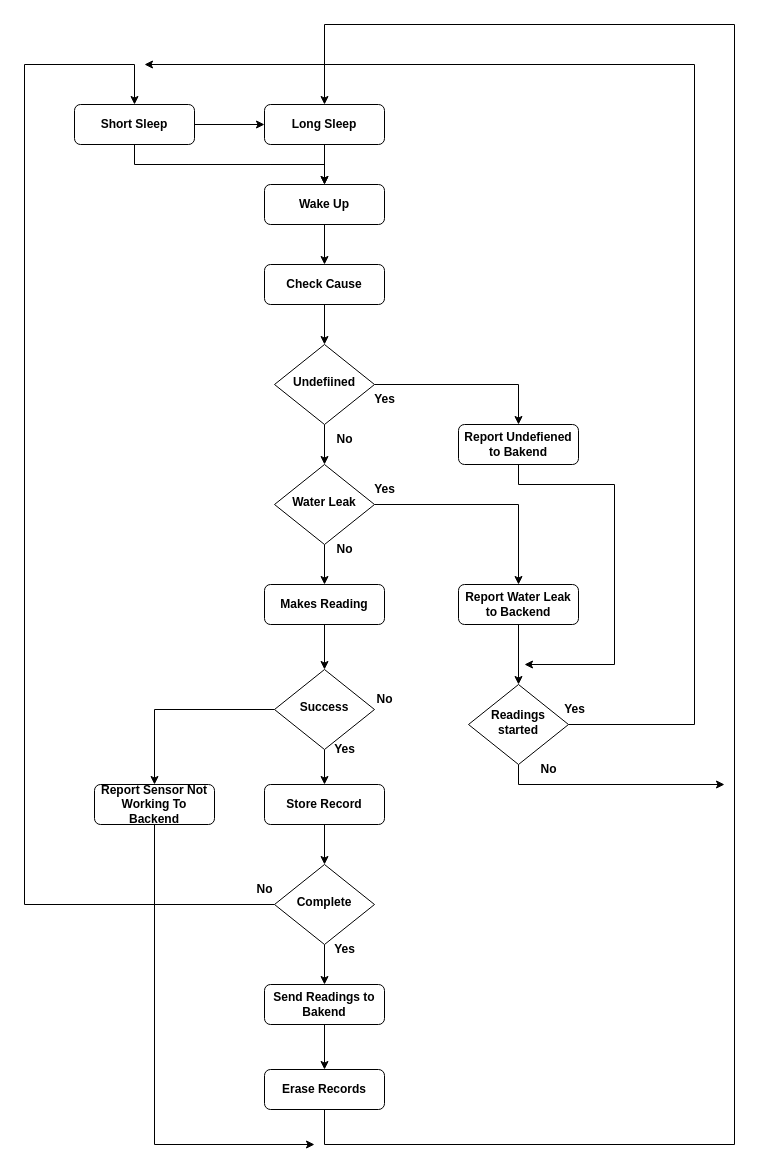
The draw.io diagram Diagrams/MCU Flux Diagram.drawio in MiguelRocha2001/PS-Monitor-IoT-System, before the edit. Source tidied: cells renumbered, new cells numbered last; positions are measured from the earlier drawing's top-left corner, leaving out a move shared by most shapes. Both pictures are drawn from the tidied source at 100%, with x=0, y=0 at pixel (24, 24).
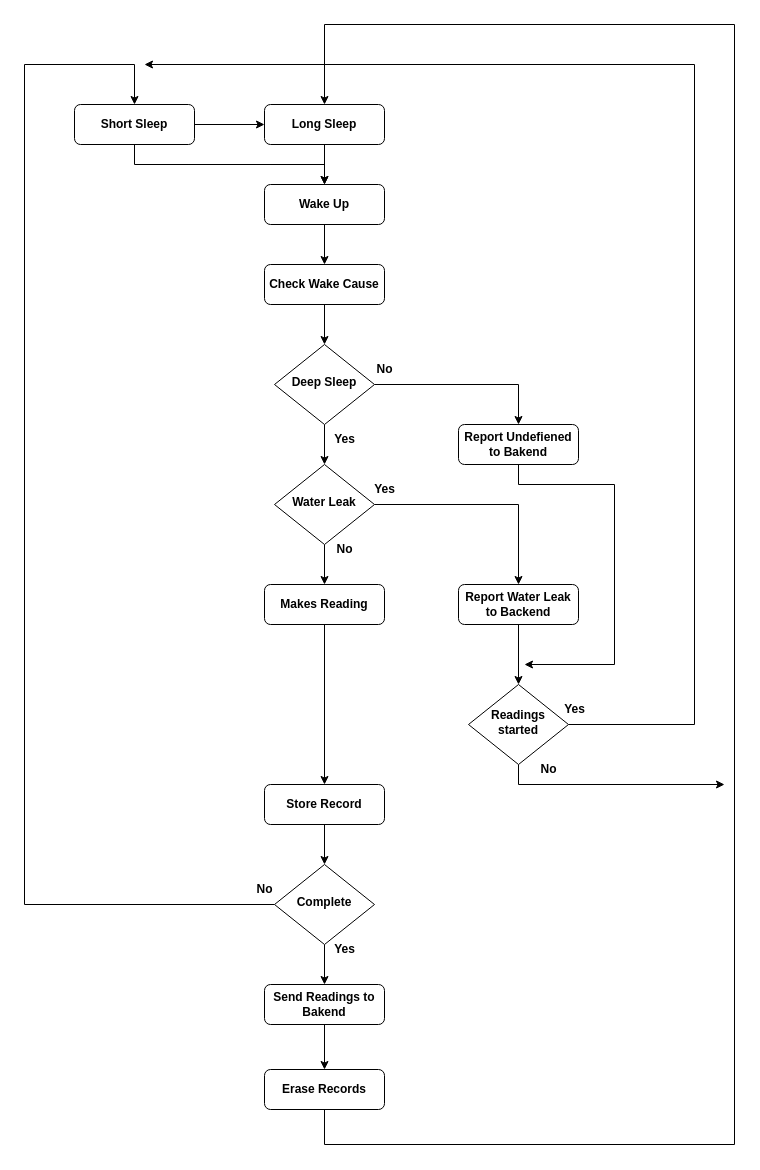
The same diagram, later.

Unchanged cells that the change refers to:
```xml
<mxCell id="5" value="Makes Reading" style="rounded=1;whiteSpace=wrap;html=1;fontSize=12;glass=0;strokeWidth=1;shadow=0;fontStyle=1;" parent="1" vertex="1">
  <mxGeometry x="240" y="560" width="120" height="40" as="geometry" />
</mxCell>
<mxCell id="20" value="Store Record" style="rounded=1;whiteSpace=wrap;html=1;fontSize=12;glass=0;strokeWidth=1;shadow=0;fontStyle=1;" parent="1" vertex="1">
  <mxGeometry x="240" y="760" width="120" height="40" as="geometry" />
</mxCell>
```

What changed in the source:
```diff
@@
-    <mxCell id="4" style="edgeStyle=orthogonalEdgeStyle;rounded=0;jettySize=auto;html=1;fontStyle=1;" parent="1" edge="1" source="5" target="45">
+    <mxCell id="4" style="edgeStyle=orthogonalEdgeStyle;rounded=0;jettySize=auto;html=1;fontStyle=1;" parent="1" edge="1" source="5" target="20">
       <mxGeometry relative="1" as="geometry" />
     </mxCell>
@@
-    <mxCell id="22" value="Check Cause" style="rounded=1;whiteSpace=wrap;html=1;fontSize=12;glass=0;strokeWidth=1;shadow=0;fontStyle=1;" parent="1" vertex="1">
+    <mxCell id="22" value="Check Wake Cause" style="rounded=1;whiteSpace=wrap;html=1;fontSize=12;glass=0;strokeWidth=1;shadow=0;fontStyle=1;" parent="1" vertex="1">
       <mxGeometry x="240" y="240" width="120" height="40" as="geometry" />
     </mxCell>
@@
-    <mxCell id="37" value="Undefiined" style="rhombus;whiteSpace=wrap;html=1;shadow=0;fontFamily=Helvetica;fontSize=12;align=center;strokeWidth=1;spacing=6;spacingTop=-4;fontStyle=1;" parent="1" vertex="1">
+    <mxCell id="37" value="Deep Sleep" style="rhombus;whiteSpace=wrap;html=1;shadow=0;fontFamily=Helvetica;fontSize=12;align=center;strokeWidth=1;spacing=6;spacingTop=-4;fontStyle=1;" parent="1" vertex="1">
       <mxGeometry x="250" y="320" width="100" height="80" as="geometry" />
     </mxCell>
@@
-    <mxCell id="40" value="Yes" style="text;html=1;align=center;verticalAlign=middle;strokeColor=none;fillColor=none;fontStyle=1;" parent="1" vertex="1">
-      <mxGeometry x="340" y="360" width="40" height="30" as="geometry" />
+    <mxCell id="40" value="No" style="text;html=1;align=center;verticalAlign=middle;strokeColor=none;fillColor=none;fontStyle=1;" parent="1" vertex="1">
+      <mxGeometry x="340" y="330" width="40" height="30" as="geometry" />
     </mxCell>
-    <mxCell id="41" value="No" style="text;html=1;align=center;verticalAlign=middle;strokeColor=none;fillColor=none;fontStyle=1;" parent="1" vertex="1">
+    <mxCell id="41" value="Yes" style="text;html=1;align=center;verticalAlign=middle;strokeColor=none;fillColor=none;fontStyle=1;" parent="1" vertex="1">
       <mxGeometry x="300" y="400" width="40" height="30" as="geometry" />
     </mxCell>
@@
-    <mxCell id="43" style="edgeStyle=orthogonalEdgeStyle;rounded=0;jettySize=auto;html=1;entryX=0.5;entryY=0;entryDx=0;entryDy=0;fontStyle=1;" parent="1" edge="1" source="45" target="20">
-      <mxGeometry relative="1" as="geometry" />
-    </mxCell>
-    <mxCell id="44" style="edgeStyle=orthogonalEdgeStyle;rounded=0;jettySize=auto;html=1;entryX=0.5;entryY=0;entryDx=0;entryDy=0;" parent="1" edge="1" source="45" target="48">
-      <mxGeometry relative="1" as="geometry" />
-    </mxCell>
-    <mxCell id="45" value="Success" style="rhombus;whiteSpace=wrap;html=1;shadow=0;fontFamily=Helvetica;fontSize=12;align=center;strokeWidth=1;spacing=6;spacingTop=-4;fontStyle=1;" parent="1" vertex="1">
-      <mxGeometry x="250" y="645" width="100" height="80" as="geometry" />
-    </mxCell>
-    <mxCell id="46" value="Yes" style="text;html=1;align=center;verticalAlign=middle;strokeColor=none;fillColor=none;fontStyle=1;" parent="1" vertex="1">
-      <mxGeometry x="300" y="710" width="40" height="30" as="geometry" />
-    </mxCell>
-    <mxCell id="47" style="edgeStyle=orthogonalEdgeStyle;rounded=0;jettySize=auto;html=1;exitX=0.5;exitY=1;exitDx=0;exitDy=0;" parent="1" edge="1" source="48">
-      <mxGeometry relative="1" as="geometry">
-        <mxPoint x="290" y="1120" as="targetPoint" />
-        <Array as="points">
-          <mxPoint x="130" y="1120" />
-        </Array>
-      </mxGeometry>
-    </mxCell>
-    <mxCell id="48" value="Report Sensor Not Working To Backend" style="rounded=1;whiteSpace=wrap;html=1;fontSize=12;glass=0;strokeWidth=1;shadow=0;fontStyle=1;" parent="1" vertex="1">
-      <mxGeometry x="70" y="760" width="120" height="40" as="geometry" />
-    </mxCell>
-    <mxCell id="49" value="No" style="text;html=1;align=center;verticalAlign=middle;strokeColor=none;fillColor=none;fontStyle=1;" parent="1" vertex="1">
-      <mxGeometry x="340" y="660" width="40" height="30" as="geometry" />
-    </mxCell>
```
